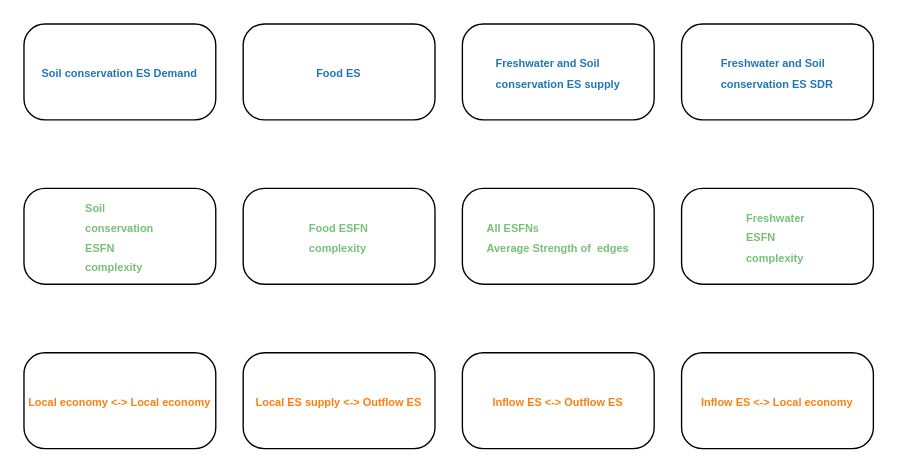
The draw.io diagram MIN_ESFN.drawio in THRILLERLEMON/Draw.IO, before the edit. Source tidied: cells renumbered, new cells numbered last; positions are measured from the earlier drawing's top-left corner, leaving out a move shared by most shapes. Both pictures are drawn from the tidied source at 137%, with x=0, y=0 at pixel (23, 23).
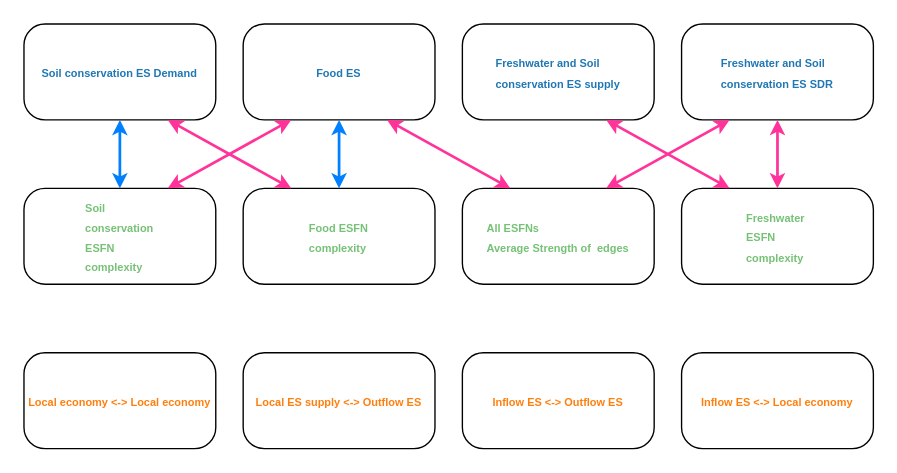
Above is the later version.

Unchanged cells that the change refers to:
```xml
<mxCell id="2" value="&lt;p style=&quot;language:zh-CN;margin-top:0pt;margin-bottom:0pt;margin-left:0in;&lt;br/&gt;text-align:left;direction:ltr;unicode-bidi:embed;mso-line-break-override:none;&lt;br/&gt;word-break:normal;punctuation-wrap:hanging&quot;&gt;&lt;span style=&quot;color: rgb(31, 119, 180); font-family: Arial; font-size: 8px; font-weight: 700;&quot;&gt;Soil&amp;nbsp;&lt;/span&gt;&lt;span style=&quot;color: rgb(31, 119, 180); font-family: Arial; font-size: 8px; font-weight: 700;&quot;&gt;conservation ES Demand&lt;/span&gt;&lt;br&gt;&lt;/p&gt;" style="rounded=1;whiteSpace=wrap;html=1;arcSize=22;" parent="1" vertex="1">
  <mxGeometry width="140" height="70" as="geometry" />
</mxCell>
<mxCell id="3" value="&lt;span style=&quot;color: rgb(31, 119, 180); font-size: 8px; font-weight: 700; text-align: left;&quot;&gt;Food ES&lt;/span&gt;" style="rounded=1;whiteSpace=wrap;html=1;arcSize=22;" parent="1" vertex="1">
  <mxGeometry x="160" width="140" height="70" as="geometry" />
</mxCell>
<mxCell id="4" value="&lt;p style=&quot;text-align: left; margin-top: 0pt; margin-bottom: 0pt; margin-left: 0in; direction: ltr; unicode-bidi: embed; word-break: normal;&quot;&gt;&lt;font style=&quot;font-size: 8px;&quot;&gt;&lt;span style=&quot;color: rgb(31, 119, 180); font-weight: bold;&quot;&gt;Freshwater&amp;nbsp;&lt;/span&gt;&lt;span style=&quot;color: rgb(31, 119, 180); font-weight: bold; background-color: initial;&quot;&gt;and&amp;nbsp;&lt;/span&gt;&lt;span style=&quot;color: rgb(31, 119, 180); font-weight: bold; background-color: initial;&quot;&gt;Soil&amp;nbsp;&lt;/span&gt;&lt;/font&gt;&lt;/p&gt;&lt;p style=&quot;text-align: left; margin-top: 0pt; margin-bottom: 0pt; margin-left: 0in; direction: ltr; unicode-bidi: embed; word-break: normal;&quot;&gt;&lt;font style=&quot;font-size: 8px;&quot;&gt;&lt;span style=&quot;color: rgb(31, 119, 180); font-weight: bold; background-color: initial;&quot;&gt;conservation&lt;/span&gt;&lt;span style=&quot;background-color: initial; color: rgb(31, 119, 180); font-weight: bold;&quot;&gt;&amp;nbsp;&lt;/span&gt;&lt;span style=&quot;background-color: initial; color: rgb(31, 119, 180); font-weight: bold;&quot;&gt;ES&amp;nbsp;&lt;/span&gt;&lt;span style=&quot;color: rgb(31, 119, 180); font-weight: bold; background-color: initial;&quot;&gt;supply&lt;/span&gt;&lt;/font&gt;&lt;/p&gt;" style="rounded=1;whiteSpace=wrap;html=1;arcSize=22;" parent="1" vertex="1">
  <mxGeometry x="320" width="140" height="70" as="geometry" />
</mxCell>
<mxCell id="5" value="&lt;p style=&quot;text-align: left; margin-top: 0pt; margin-bottom: 0pt; margin-left: 0in; direction: ltr; unicode-bidi: embed; word-break: normal;&quot;&gt;&lt;font style=&quot;font-size: 8px;&quot;&gt;&lt;span style=&quot;color: rgb(31, 119, 180); font-weight: bold;&quot;&gt;Freshwater&amp;nbsp;&lt;/span&gt;&lt;span style=&quot;color: rgb(31, 119, 180); font-weight: bold; background-color: initial;&quot;&gt;and&amp;nbsp;&lt;/span&gt;&lt;span style=&quot;color: rgb(31, 119, 180); font-weight: bold; background-color: initial;&quot;&gt;Soil&amp;nbsp;&lt;/span&gt;&lt;/font&gt;&lt;/p&gt;&lt;p style=&quot;text-align: left; margin-top: 0pt; margin-bottom: 0pt; margin-left: 0in; direction: ltr; unicode-bidi: embed; word-break: normal;&quot;&gt;&lt;font style=&quot;font-size: 8px;&quot;&gt;&lt;span style=&quot;color: rgb(31, 119, 180); font-weight: bold; background-color: initial;&quot;&gt;conservation&lt;/span&gt;&lt;span style=&quot;background-color: initial; color: rgb(31, 119, 180); font-weight: bold;&quot;&gt;&amp;nbsp;&lt;/span&gt;&lt;span style=&quot;background-color: initial; color: rgb(31, 119, 180); font-weight: bold;&quot;&gt;ES&amp;nbsp;&lt;/span&gt;&lt;span style=&quot;color: rgb(31, 119, 180); font-weight: bold; background-color: initial;&quot;&gt;SDR&lt;/span&gt;&lt;/font&gt;&lt;/p&gt;" style="rounded=1;whiteSpace=wrap;html=1;arcSize=22;" parent="1" vertex="1">
  <mxGeometry x="480" width="140" height="70" as="geometry" />
</mxCell>
<mxCell id="6" value="&lt;p style=&quot;text-align: left; margin-top: 0pt; margin-bottom: 0pt; margin-left: 0in; direction: ltr; unicode-bidi: embed; word-break: normal;&quot;&gt;&lt;font color=&quot;#75c175&quot;&gt;&lt;span style=&quot;font-size: 8px;&quot;&gt;&lt;b&gt;Soil&amp;nbsp;&lt;/b&gt;&lt;/span&gt;&lt;/font&gt;&lt;/p&gt;&lt;p style=&quot;text-align: left; margin-top: 0pt; margin-bottom: 0pt; margin-left: 0in; direction: ltr; unicode-bidi: embed; word-break: normal;&quot;&gt;&lt;font color=&quot;#75c175&quot;&gt;&lt;span style=&quot;font-size: 8px;&quot;&gt;&lt;b&gt;conservation&lt;/b&gt;&lt;/span&gt;&lt;/font&gt;&lt;/p&gt;&lt;p style=&quot;text-align: left; margin-top: 0pt; margin-bottom: 0pt; margin-left: 0in; direction: ltr; unicode-bidi: embed; word-break: normal;&quot;&gt;&lt;font color=&quot;#75c175&quot;&gt;&lt;span style=&quot;font-size: 8px;&quot;&gt;&lt;b&gt;ESFN&lt;/b&gt;&lt;/span&gt;&lt;/font&gt;&lt;/p&gt;&lt;p style=&quot;text-align: left; margin-top: 0pt; margin-bottom: 0pt; margin-left: 0in; direction: ltr; unicode-bidi: embed; word-break: normal;&quot;&gt;&lt;font color=&quot;#75c175&quot;&gt;&lt;span style=&quot;font-size: 8px;&quot;&gt;&lt;b&gt;complexity&lt;/b&gt;&lt;/span&gt;&lt;/font&gt;&lt;/p&gt;" style="rounded=1;whiteSpace=wrap;html=1;arcSize=22;" parent="1" vertex="1">
  <mxGeometry y="120" width="140" height="70" as="geometry" />
</mxCell>
<mxCell id="7" value="&lt;p style=&quot;text-align: left; margin-top: 0pt; margin-bottom: 0pt; margin-left: 0in; direction: ltr; unicode-bidi: embed; word-break: normal;&quot;&gt;&lt;font color=&quot;#75c175&quot;&gt;&lt;span style=&quot;font-size: 8px;&quot;&gt;&lt;b&gt;Food ESFN&lt;/b&gt;&lt;/span&gt;&lt;/font&gt;&lt;/p&gt;&lt;p style=&quot;text-align: left; margin-top: 0pt; margin-bottom: 0pt; margin-left: 0in; direction: ltr; unicode-bidi: embed; word-break: normal;&quot;&gt;&lt;font color=&quot;#75c175&quot;&gt;&lt;span style=&quot;font-size: 8px;&quot;&gt;&lt;b&gt;complexity&lt;/b&gt;&lt;/span&gt;&lt;/font&gt;&lt;/p&gt;" style="rounded=1;whiteSpace=wrap;html=1;arcSize=22;" parent="1" vertex="1">
  <mxGeometry x="160" y="120" width="140" height="70" as="geometry" />
</mxCell>
<mxCell id="8" value="&lt;p style=&quot;text-align: left; margin-top: 0pt; margin-bottom: 0pt; margin-left: 0in; direction: ltr; unicode-bidi: embed; word-break: normal;&quot;&gt;&lt;font color=&quot;#75c175&quot;&gt;&lt;span style=&quot;font-size: 8px;&quot;&gt;&lt;b&gt;All ESFNs&lt;/b&gt;&lt;/span&gt;&lt;/font&gt;&lt;/p&gt;&lt;p style=&quot;text-align: left; margin-top: 0pt; margin-bottom: 0pt; margin-left: 0in; direction: ltr; unicode-bidi: embed; word-break: normal;&quot;&gt;&lt;font color=&quot;#75c175&quot;&gt;&lt;span style=&quot;font-size: 8px;&quot;&gt;&lt;b&gt;Average&amp;nbsp;&lt;/b&gt;&lt;/span&gt;&lt;/font&gt;&lt;b style=&quot;font-size: 8px; color: rgb(117, 193, 117); background-color: initial;&quot;&gt;Strength of&amp;nbsp;&amp;nbsp;&lt;/b&gt;&lt;b style=&quot;font-size: 8px; color: rgb(117, 193, 117); background-color: initial;&quot;&gt;edges&lt;/b&gt;&lt;/p&gt;" style="rounded=1;whiteSpace=wrap;html=1;arcSize=22;" parent="1" vertex="1">
  <mxGeometry x="320" y="120" width="140" height="70" as="geometry" />
</mxCell>
<mxCell id="9" value="&lt;p style=&quot;text-align: left; margin-top: 0pt; margin-bottom: 0pt; margin-left: 0in; direction: ltr; unicode-bidi: embed; word-break: normal;&quot;&gt;&lt;font color=&quot;#75c175&quot;&gt;&lt;span style=&quot;font-size: 8px;&quot;&gt;&lt;b&gt;Freshwater&amp;nbsp;&lt;/b&gt;&lt;/span&gt;&lt;/font&gt;&lt;/p&gt;&lt;p style=&quot;text-align: left; margin-top: 0pt; margin-bottom: 0pt; margin-left: 0in; direction: ltr; unicode-bidi: embed; word-break: normal;&quot;&gt;&lt;font color=&quot;#75c175&quot;&gt;&lt;span style=&quot;font-size: 8px;&quot;&gt;&lt;b&gt;ESFN&lt;/b&gt;&lt;/span&gt;&lt;/font&gt;&lt;/p&gt;&lt;p style=&quot;text-align: left; margin-top: 0pt; margin-bottom: 0pt; margin-left: 0in; direction: ltr; unicode-bidi: embed; word-break: normal;&quot;&gt;&lt;font color=&quot;#75c175&quot;&gt;&lt;span style=&quot;font-size: 8px;&quot;&gt;&lt;b&gt;complexity&lt;/b&gt;&lt;/span&gt;&lt;/font&gt;&lt;/p&gt;" style="rounded=1;whiteSpace=wrap;html=1;arcSize=22;" parent="1" vertex="1">
  <mxGeometry x="480" y="120" width="140" height="70" as="geometry" />
</mxCell>
```

Change to the diagram source:
```diff
@@
+    <mxCell id="14" style="endArrow=classic;startArrow=classic;html=1;rounded=0;strokeWidth=2;endSize=5;startSize=5;entryX=0.5;entryY=1;entryDx=0;entryDy=0;exitX=0.5;exitY=0;exitDx=0;exitDy=0;strokeColor=#007FFF;" parent="1" edge="1" source="6" target="2">
+      <mxGeometry relative="1" as="geometry" />
+    </mxCell>
+    <mxCell id="15" style="endArrow=classic;startArrow=classic;html=1;rounded=0;strokeWidth=2;endSize=5;startSize=5;entryX=0.75;entryY=1;entryDx=0;entryDy=0;exitX=0.25;exitY=0;exitDx=0;exitDy=0;strokeColor=#FF3399;" parent="1" edge="1" source="7" target="2">
+      <mxGeometry relative="1" as="geometry" />
+    </mxCell>
+    <mxCell id="16" style="endArrow=classic;startArrow=classic;html=1;rounded=0;strokeWidth=2;endSize=5;startSize=5;entryX=0.75;entryY=0;entryDx=0;entryDy=0;exitX=0.25;exitY=1;exitDx=0;exitDy=0;strokeColor=#FF3399;" parent="1" edge="1" source="3" target="6">
+      <mxGeometry relative="1" as="geometry" />
+    </mxCell>
+    <mxCell id="17" style="endArrow=classic;startArrow=classic;html=1;rounded=0;strokeWidth=2;endSize=5;startSize=5;entryX=0.5;entryY=1;entryDx=0;entryDy=0;exitX=0.5;exitY=0;exitDx=0;exitDy=0;strokeColor=#007FFF;" parent="1" edge="1" source="7" target="3">
+      <mxGeometry relative="1" as="geometry" />
+    </mxCell>
+    <mxCell id="18" style="endArrow=classic;startArrow=classic;html=1;rounded=0;strokeWidth=2;endSize=5;startSize=5;entryX=0.5;entryY=1;entryDx=0;entryDy=0;exitX=0.5;exitY=0;exitDx=0;exitDy=0;strokeColor=#FF3399;" parent="1" edge="1" source="9" target="5">
+      <mxGeometry relative="1" as="geometry" />
+    </mxCell>
+    <mxCell id="19" style="endArrow=classic;startArrow=classic;html=1;rounded=0;strokeWidth=2;endSize=5;startSize=5;entryX=0.75;entryY=1;entryDx=0;entryDy=0;exitX=0.25;exitY=0;exitDx=0;exitDy=0;strokeColor=#FF3399;" parent="1" edge="1" source="8" target="3">
+      <mxGeometry relative="1" as="geometry" />
+    </mxCell>
+    <mxCell id="20" style="endArrow=classic;startArrow=classic;html=1;rounded=0;strokeWidth=2;endSize=5;startSize=5;entryX=0.75;entryY=1;entryDx=0;entryDy=0;exitX=0.25;exitY=0;exitDx=0;exitDy=0;strokeColor=#FF3399;" parent="1" edge="1" source="9" target="4">
+      <mxGeometry relative="1" as="geometry" />
+    </mxCell>
+    <mxCell id="21" style="endArrow=classic;startArrow=classic;html=1;rounded=0;strokeWidth=2;endSize=5;startSize=5;entryX=0.75;entryY=0;entryDx=0;entryDy=0;exitX=0.25;exitY=1;exitDx=0;exitDy=0;strokeColor=#FF3399;" parent="1" edge="1" source="5" target="8">
+      <mxGeometry relative="1" as="geometry" />
+    </mxCell>
```
